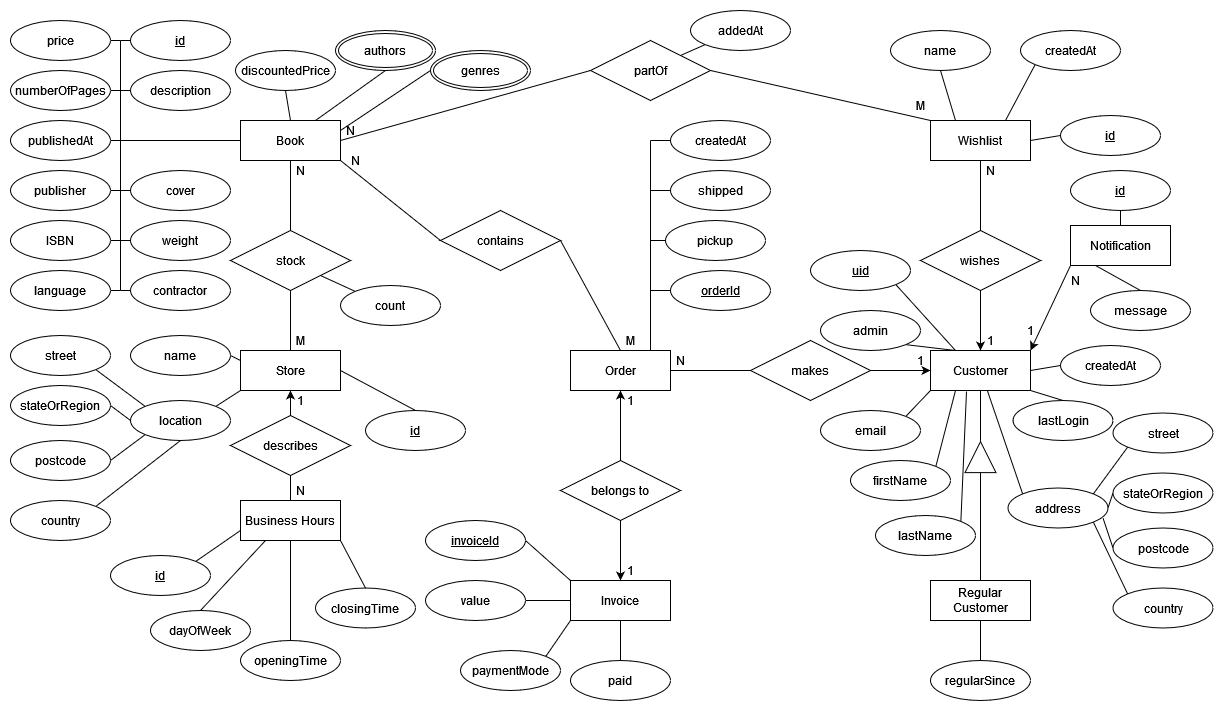
a-bakk/bookstore-oracle keeps this draw.io diagram as docs/entity-relationship/er.drawio.png. Above is the earlier version. Source tidied: cells renumbered, new cells last; positions are measured from the earlier drawing's top-left corner, leaving out a move shared by most shapes.
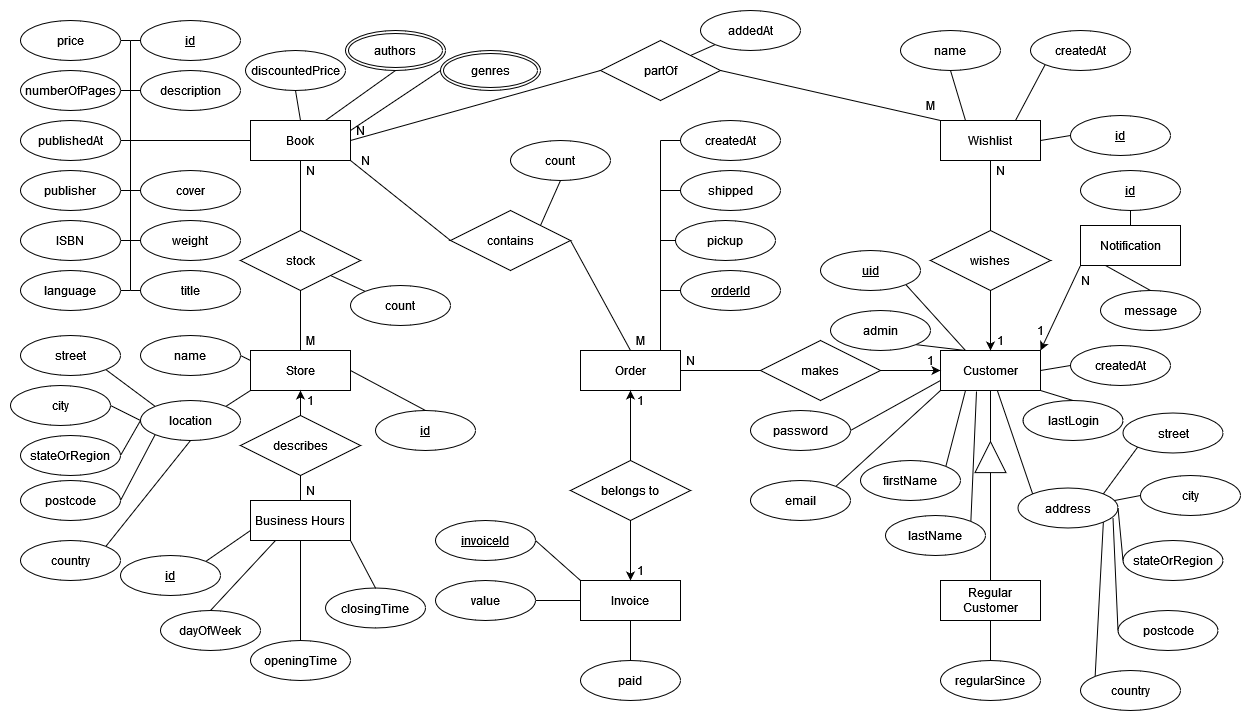
Above is the later version.

Diff of the diagram source:
```diff
@@ -246,19 +246,19 @@
       <mxGeometry relative="1" as="geometry" />
     </mxCell>
     <mxCell id="70" value="stateOrRegion" style="ellipse;whiteSpace=wrap;html=1;align=center;" parent="1" vertex="1">
-      <mxGeometry y="375" width="100" height="40" as="geometry" />
+      <mxGeometry y="425" width="100" height="40" as="geometry" />
     </mxCell>
     <mxCell id="71" style="edgeStyle=none;rounded=0;jettySize=auto;html=1;exitX=1;exitY=0.5;exitDx=0;exitDy=0;entryX=0;entryY=1;entryDx=0;entryDy=0;strokeWidth=1;endArrow=none;endFill=0;endSize=6;" parent="1" edge="1" source="72" target="66">
       <mxGeometry relative="1" as="geometry" />
     </mxCell>
     <mxCell id="72" value="postcode" style="ellipse;whiteSpace=wrap;html=1;align=center;" parent="1" vertex="1">
-      <mxGeometry y="430" width="100" height="40" as="geometry" />
+      <mxGeometry y="470" width="100" height="40" as="geometry" />
     </mxCell>
     <mxCell id="73" style="edgeStyle=none;rounded=0;jettySize=auto;html=1;exitX=1;exitY=0;exitDx=0;exitDy=0;entryX=0.5;entryY=1;entryDx=0;entryDy=0;strokeWidth=1;endArrow=none;endFill=0;endSize=6;" parent="1" edge="1" source="74" target="66">
       <mxGeometry relative="1" as="geometry" />
     </mxCell>
     <mxCell id="74" value="country" style="ellipse;whiteSpace=wrap;html=1;align=center;" parent="1" vertex="1">
-      <mxGeometry y="490" width="100" height="40" as="geometry" />
+      <mxGeometry y="530" width="100" height="40" as="geometry" />
     </mxCell>
     <mxCell id="75" style="edgeStyle=none;rounded=0;jettySize=auto;html=1;exitX=1;exitY=0.5;exitDx=0;exitDy=0;entryX=0;entryY=0.25;entryDx=0;entryDy=0;strokeWidth=1;endArrow=none;endFill=0;endSize=6;" parent="1" edge="1" source="76" target="9">
       <mxGeometry relative="1" as="geometry" />
@@ -272,14 +272,12 @@
     <mxCell id="78" value="id" style="ellipse;whiteSpace=wrap;html=1;align=center;fontStyle=4;" parent="1" vertex="1">
       <mxGeometry x="355" y="400" width="100" height="40" as="geometry" />
     </mxCell>
-    <mxCell id="79" style="edgeStyle=none;rounded=0;jettySize=auto;html=1;exitX=0;exitY=0.5;exitDx=0;exitDy=0;strokeWidth=1;endArrow=none;endFill=0;endSize=6;" parent="1" edge="1" source="80">
+    <mxCell id="79" style="edgeStyle=none;rounded=0;orthogonalLoop=1;jettySize=auto;html=1;exitX=0;exitY=0.5;exitDx=0;exitDy=0;strokeWidth=1;endArrow=none;endFill=0;endSize=6;" parent="1" edge="1">
       <mxGeometry relative="1" as="geometry">
+        <mxPoint x="120" y="280" as="sourcePoint" />
         <mxPoint x="110" y="280" as="targetPoint" />
       </mxGeometry>
     </mxCell>
-    <mxCell id="80" value="contractor" style="ellipse;whiteSpace=wrap;html=1;align=center;" parent="1" vertex="1">
-      <mxGeometry x="120" y="260" width="100" height="40" as="geometry" />
-    </mxCell>
     <mxCell id="81" style="edgeStyle=none;rounded=0;orthogonalLoop=1;jettySize=auto;html=1;exitX=0;exitY=0.5;exitDx=0;exitDy=0;strokeWidth=1;endArrow=none;endFill=0;endSize=6;" parent="1" edge="1">
       <mxGeometry relative="1" as="geometry">
         <mxPoint x="660" y="230" as="sourcePoint" />
@@ -331,12 +329,6 @@
     <mxCell id="93" value="value" style="ellipse;whiteSpace=wrap;html=1;align=center;" parent="1" vertex="1">
       <mxGeometry x="415" y="570" width="100" height="40" as="geometry" />
     </mxCell>
-    <mxCell id="94" style="edgeStyle=none;rounded=0;jettySize=auto;html=1;exitX=1;exitY=0;exitDx=0;exitDy=0;entryX=0;entryY=1;entryDx=0;entryDy=0;strokeWidth=1;endArrow=none;endFill=0;endSize=6;" parent="1" edge="1" source="95" target="11">
-      <mxGeometry relative="1" as="geometry" />
-    </mxCell>
-    <mxCell id="95" value="paymentMode" style="ellipse;whiteSpace=wrap;html=1;align=center;" parent="1" vertex="1">
-      <mxGeometry x="450" y="640" width="100" height="40" as="geometry" />
-    </mxCell>
     <mxCell id="96" style="edgeStyle=none;rounded=0;jettySize=auto;html=1;exitX=0.5;exitY=0;exitDx=0;exitDy=0;entryX=0.5;entryY=1;entryDx=0;entryDy=0;strokeWidth=1;endArrow=none;endFill=0;endSize=6;" parent="1" edge="1" source="97" target="11">
       <mxGeometry relative="1" as="geometry" />
     </mxCell>
@@ -353,7 +345,7 @@
       <mxGeometry relative="1" as="geometry" />
     </mxCell>
     <mxCell id="101" value="email" style="ellipse;whiteSpace=wrap;html=1;align=center;" parent="1" vertex="1">
-      <mxGeometry x="810" y="400" width="100" height="40" as="geometry" />
+      <mxGeometry x="730" y="470" width="100" height="40" as="geometry" />
     </mxCell>
     <mxCell id="102" style="edgeStyle=none;rounded=0;jettySize=auto;html=1;exitX=1;exitY=0;exitDx=0;exitDy=0;entryX=0.25;entryY=1;entryDx=0;entryDy=0;strokeWidth=1;endArrow=none;endFill=0;endSize=6;" parent="1" edge="1" source="103" target="4">
       <mxGeometry relative="1" as="geometry" />
@@ -383,7 +375,7 @@
       <mxGeometry relative="1" as="geometry" />
     </mxCell>
     <mxCell id="111" value="stateOrRegion" style="ellipse;whiteSpace=wrap;html=1;align=center;" parent="1" vertex="1">
-      <mxGeometry x="1102.5" y="462.5" width="100" height="40" as="geometry" />
+      <mxGeometry x="1102.5" y="530" width="100" height="40" as="geometry" />
     </mxCell>
     <mxCell id="112" style="edgeStyle=none;rounded=0;jettySize=auto;html=1;exitX=0;exitY=0.5;exitDx=0;exitDy=0;strokeWidth=1;endArrow=none;endFill=0;endSize=6;" parent="1" edge="1" source="113">
       <mxGeometry relative="1" as="geometry">
@@ -391,13 +383,13 @@
       </mxGeometry>
     </mxCell>
     <mxCell id="113" value="postcode" style="ellipse;whiteSpace=wrap;html=1;align=center;" parent="1" vertex="1">
-      <mxGeometry x="1102.5" y="517.5" width="100" height="40" as="geometry" />
+      <mxGeometry x="1097.5" y="600" width="100" height="40" as="geometry" />
     </mxCell>
     <mxCell id="114" style="edgeStyle=none;rounded=0;jettySize=auto;html=1;exitX=0;exitY=0;exitDx=0;exitDy=0;entryX=1;entryY=1;entryDx=0;entryDy=0;strokeWidth=1;endArrow=none;endFill=0;endSize=6;" parent="1" edge="1" source="115" target="105">
       <mxGeometry relative="1" as="geometry" />
     </mxCell>
     <mxCell id="115" value="country" style="ellipse;whiteSpace=wrap;html=1;align=center;" parent="1" vertex="1">
-      <mxGeometry x="1102.5" y="577.5" width="100" height="40" as="geometry" />
+      <mxGeometry x="1060" y="660" width="100" height="40" as="geometry" />
     </mxCell>
     <mxCell id="116" style="edgeStyle=none;rounded=0;jettySize=auto;html=1;exitX=0;exitY=0.5;exitDx=0;exitDy=0;entryX=1;entryY=0.5;entryDx=0;entryDy=0;strokeWidth=1;endArrow=none;endFill=0;endSize=6;" parent="1" edge="1" source="117" target="4">
       <mxGeometry relative="1" as="geometry" />
@@ -531,5 +523,32 @@
     <mxCell id="159" value="message" style="ellipse;whiteSpace=wrap;html=1;align=center;" parent="1" vertex="1">
       <mxGeometry x="1080" y="280" width="100" height="40" as="geometry" />
     </mxCell>
+    <mxCell id="160" style="rounded=0;jettySize=auto;html=1;exitX=1;exitY=0.5;exitDx=0;exitDy=0;entryX=0;entryY=0.75;entryDx=0;entryDy=0;endArrow=none;endFill=0;" parent="1" edge="1" source="161" target="4">
+      <mxGeometry relative="1" as="geometry" />
+    </mxCell>
+    <mxCell id="161" value="password" style="ellipse;whiteSpace=wrap;html=1;align=center;" parent="1" vertex="1">
+      <mxGeometry x="730" y="400" width="100" height="40" as="geometry" />
+    </mxCell>
+    <mxCell id="162" style="rounded=0;jettySize=auto;html=1;exitX=0;exitY=0.5;exitDx=0;exitDy=0;entryX=0.965;entryY=0.313;entryDx=0;entryDy=0;entryPerimeter=0;endArrow=none;endFill=0;" parent="1" edge="1" source="163" target="105">
+      <mxGeometry relative="1" as="geometry" />
+    </mxCell>
+    <mxCell id="163" value="city" style="ellipse;whiteSpace=wrap;html=1;align=center;" parent="1" vertex="1">
+      <mxGeometry x="1120" y="465" width="100" height="40" as="geometry" />
+    </mxCell>
+    <mxCell id="164" value="title" style="ellipse;whiteSpace=wrap;html=1;align=center;" parent="1" vertex="1">
+      <mxGeometry x="120" y="260" width="100" height="40" as="geometry" />
+    </mxCell>
+    <mxCell id="165" style="rounded=0;jettySize=auto;html=1;exitX=1;exitY=0.5;exitDx=0;exitDy=0;entryX=0;entryY=0.5;entryDx=0;entryDy=0;endArrow=none;endFill=0;" parent="1" edge="1" source="166" target="66">
+      <mxGeometry relative="1" as="geometry" />
+    </mxCell>
+    <mxCell id="166" value="city" style="ellipse;whiteSpace=wrap;html=1;align=center;" parent="1" vertex="1">
+      <mxGeometry x="-10" y="375" width="100" height="40" as="geometry" />
+    </mxCell>
+    <mxCell id="167" style="rounded=0;jettySize=auto;html=1;exitX=0.5;exitY=1;exitDx=0;exitDy=0;entryX=1;entryY=0;entryDx=0;entryDy=0;endArrow=none;endFill=0;" parent="1" edge="1" source="168" target="30">
+      <mxGeometry relative="1" as="geometry" />
+    </mxCell>
+    <mxCell id="168" value="count" style="ellipse;whiteSpace=wrap;html=1;align=center;" parent="1" vertex="1">
+      <mxGeometry x="490" y="130" width="100" height="40" as="geometry" />
+    </mxCell>
   </root>
 </mxGraphModel>
```
